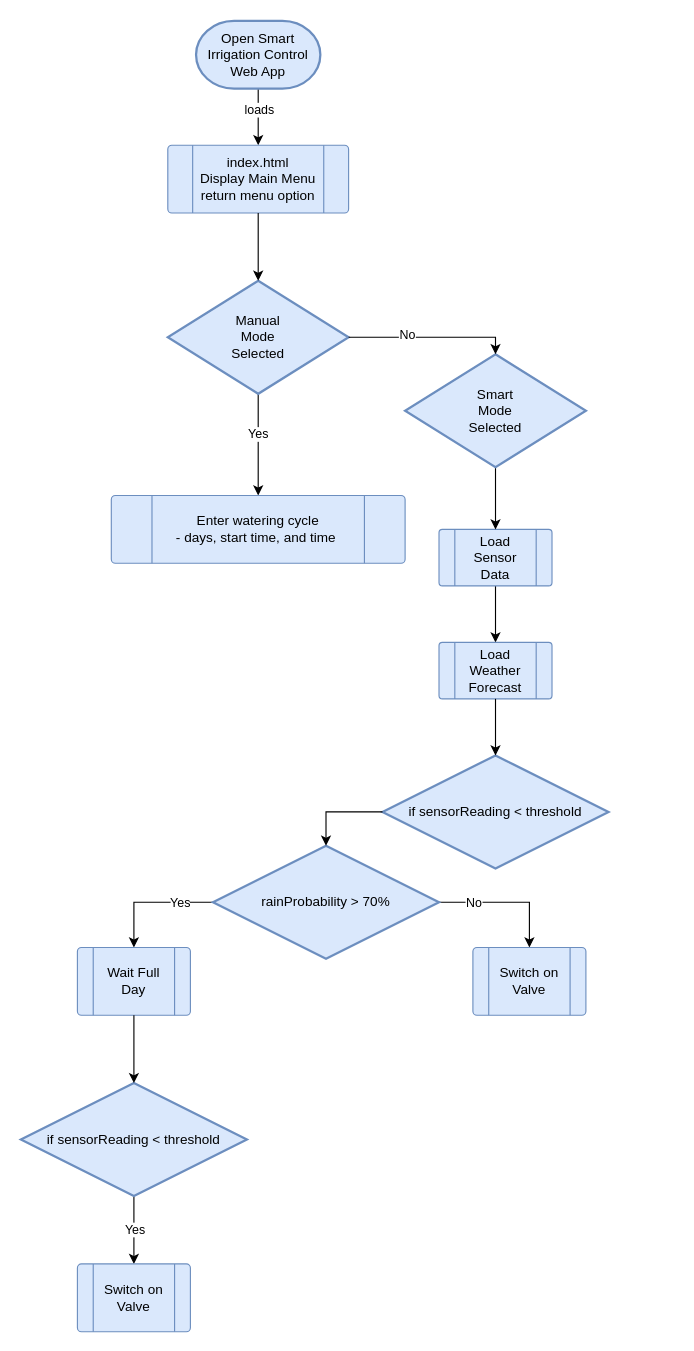
Earlier version of the draw.io diagram Smart Irrigation System.drawio (jessicapollard/at1). Source tidied: cells renumbered, new cells numbered last; positions are measured from the earlier drawing's top-left corner, leaving out a move shared by most shapes. Both pictures are drawn from the tidied source at 113%, with x=0, y=0 at pixel (20, 20).
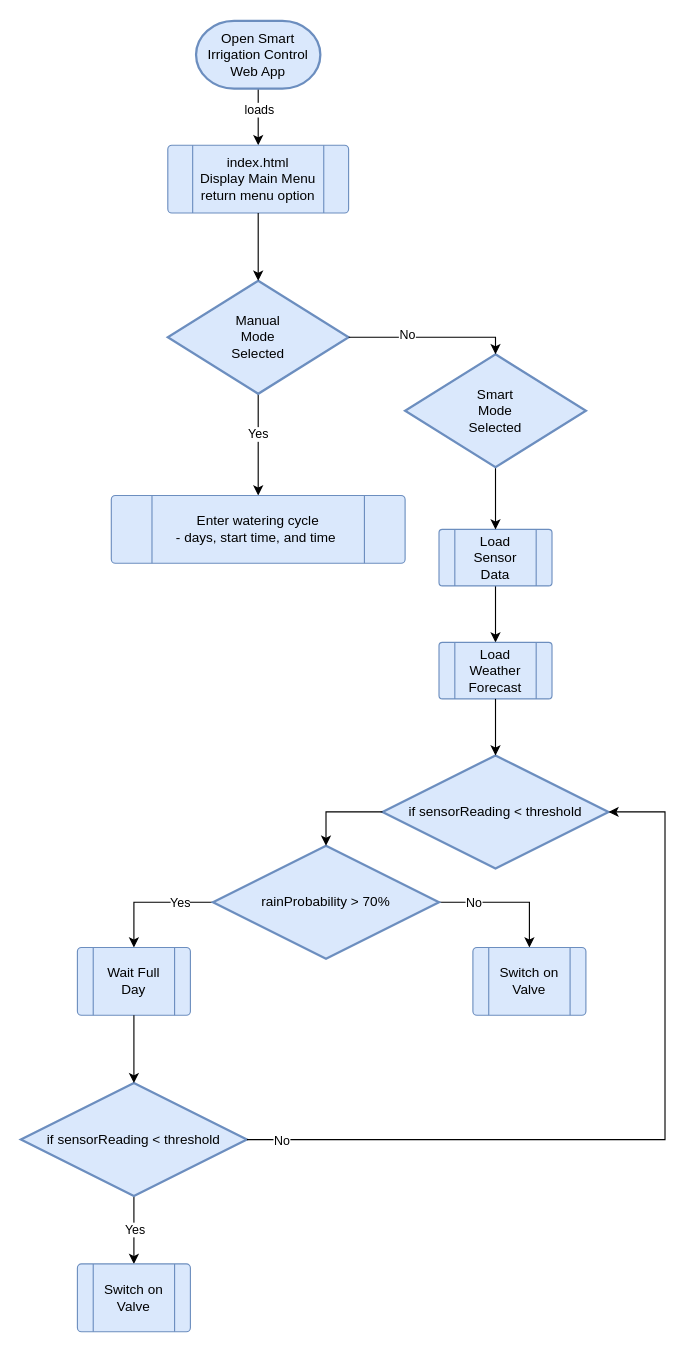
The same page after the edit.

Unchanged cells that the change refers to:
```xml
<mxCell id="24" value="if sensorReading &amp;lt; threshold" style="strokeWidth=2;html=1;shape=mxgraph.flowchart.decision;whiteSpace=wrap;fillColor=#dae8fc;strokeColor=#6c8ebf;" parent="1" vertex="1">
  <mxGeometry x="320" y="650" width="200" height="100" as="geometry" />
</mxCell>
<mxCell id="38" value="if sensorReading &amp;lt; threshold" style="strokeWidth=2;html=1;shape=mxgraph.flowchart.decision;whiteSpace=wrap;fillColor=#dae8fc;strokeColor=#6c8ebf;" parent="1" vertex="1">
  <mxGeometry y="940" width="200" height="100" as="geometry" />
</mxCell>
```

What changed in the source:
```diff
@@
+    <mxCell id="42" style="edgeStyle=orthogonalEdgeStyle;rounded=0;jettySize=auto;html=1;exitX=1;exitY=0.5;exitDx=0;exitDy=0;exitPerimeter=0;entryX=1;entryY=0.5;entryDx=0;entryDy=0;entryPerimeter=0;" parent="1" edge="1" source="38" target="24">
+      <mxGeometry relative="1" as="geometry">
+        <Array as="points">
+          <mxPoint x="570" y="990" />
+          <mxPoint x="570" y="700" />
+        </Array>
+      </mxGeometry>
+    </mxCell>
+    <mxCell id="43" value="No" style="edgeLabel;html=1;align=center;verticalAlign=middle;" parent="42" vertex="1">
+      <mxGeometry x="-0.81" relative="1" as="geometry">
+        <mxPoint x="-37" as="offset" />
+      </mxGeometry>
+    </mxCell>
```
